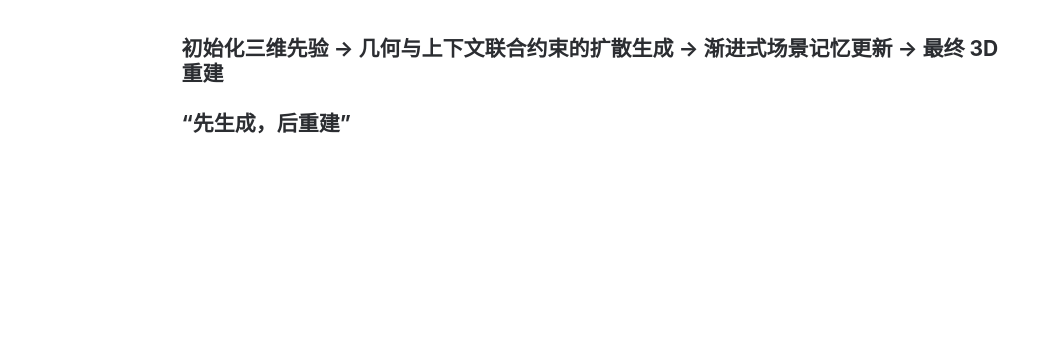
Before: GeoContext-Diff.drawio in zzcPeace/draw.io, a draw.io diagram. Source tidied: cells renumbered, new cells numbered last; positions are measured from the earlier drawing's top-left corner, leaving out a move shared by most shapes. Both pictures are drawn from the tidied source at 150%, with x=0, y=0 at pixel (178, 26).
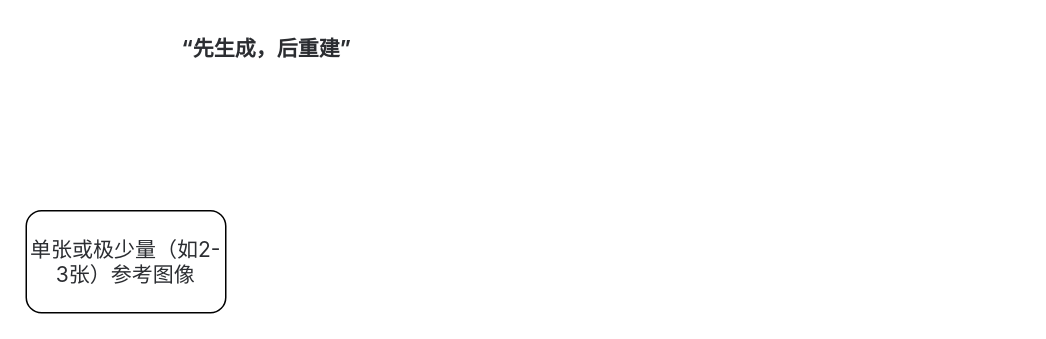
The same page after the edit.

Change to the diagram source:
```diff
@@
 <mxGraphModel>
   <root>
     <mxCell id="0" />
     <mxCell id="1" parent="0" />
-    <mxCell id="2" value="&lt;strong class=&quot;ng-star-inserted&quot; style=&quot;box-sizing: border-box; color: rgb(43, 45, 49); font-family: Inter, sans-serif; font-size: 14px; font-style: normal; font-variant-ligatures: normal; font-variant-caps: normal; letter-spacing: normal; orphans: 2; text-align: start; text-indent: 0px; text-transform: none; widows: 2; word-spacing: 0px; -webkit-text-stroke-width: 0px; white-space: normal; background-color: rgb(255, 255, 255); text-decoration-thickness: initial; text-decoration-style: initial; text-decoration-color: initial;&quot;&gt;&lt;span class=&quot;ng-star-inserted&quot; style=&quot;box-sizing: border-box;&quot;&gt;初始化三维先验 -&amp;gt; 几何与上下文联合约束的扩散生成 -&amp;gt; 渐进式场景记忆更新 -&amp;gt; 最终 3D 重建&lt;/span&gt;&lt;/strong&gt;&lt;div&gt;&lt;strong class=&quot;ng-star-inserted&quot; style=&quot;box-sizing: border-box; color: rgb(43, 45, 49); font-family: Inter, sans-serif; font-size: 14px; font-style: normal; font-variant-ligatures: normal; font-variant-caps: normal; letter-spacing: normal; orphans: 2; text-align: start; text-indent: 0px; text-transform: none; widows: 2; word-spacing: 0px; -webkit-text-stroke-width: 0px; white-space: normal; background-color: rgb(255, 255, 255); text-decoration-thickness: initial; text-decoration-style: initial; text-decoration-color: initial;&quot;&gt;&lt;span class=&quot;ng-star-inserted&quot; style=&quot;box-sizing: border-box;&quot;&gt;&lt;br&gt;&lt;/span&gt;&lt;/strong&gt;&lt;/div&gt;&lt;div&gt;&lt;font color=&quot;#2b2d31&quot; face=&quot;Inter, sans-serif&quot;&gt;&lt;span style=&quot;font-size: 14px; background-color: rgb(255, 255, 255);&quot;&gt;&lt;b&gt;“先生成，后重建”&lt;/b&gt;&lt;/span&gt;&lt;/font&gt;&lt;/div&gt;&lt;div&gt;&lt;font color=&quot;#2b2d31&quot; face=&quot;Inter, sans-serif&quot;&gt;&lt;span style=&quot;font-size: 14px; background-color: rgb(255, 255, 255);&quot;&gt;&lt;b&gt;&lt;br&gt;&lt;/b&gt;&lt;/span&gt;&lt;/font&gt;&lt;/div&gt;&lt;div&gt;&lt;font color=&quot;#2b2d31&quot; face=&quot;Inter, sans-serif&quot;&gt;&lt;span style=&quot;font-size: 14px; background-color: rgb(255, 255, 255);&quot;&gt;&lt;b&gt;&lt;br&gt;&lt;/b&gt;&lt;/span&gt;&lt;/font&gt;&lt;/div&gt;" style="text;whiteSpace=wrap;html=1;" parent="1" vertex="1">
+    <mxCell id="2" value="&lt;div&gt;&lt;b style=&quot;font-size: 14px; color: light-dark(rgb(43, 45, 49), rgb(196, 198, 201)); font-family: Inter, sans-serif;&quot;&gt;“先生成，后重建”&lt;/b&gt;&lt;/div&gt;&lt;div&gt;&lt;font color=&quot;#2b2d31&quot; face=&quot;Inter, sans-serif&quot;&gt;&lt;span style=&quot;font-size: 14px; background-color: rgb(255, 255, 255);&quot;&gt;&lt;b&gt;&lt;br&gt;&lt;/b&gt;&lt;/span&gt;&lt;/font&gt;&lt;/div&gt;&lt;div&gt;&lt;font color=&quot;#2b2d31&quot; face=&quot;Inter, sans-serif&quot;&gt;&lt;span style=&quot;font-size: 14px; background-color: rgb(255, 255, 255);&quot;&gt;&lt;b&gt;&lt;br&gt;&lt;/b&gt;&lt;/span&gt;&lt;/font&gt;&lt;/div&gt;" style="text;whiteSpace=wrap;html=1;" parent="1" vertex="1">
       <mxGeometry width="560" height="100" as="geometry" />
     </mxCell>
+    <mxCell id="3" value="&lt;span style=&quot;color: rgb(43, 45, 49); font-family: Inter, sans-serif; font-size: 14px; text-align: start; background-color: rgb(255, 255, 255);&quot;&gt;单张或极少量（如2-3张）参考图像&lt;/span&gt;" style="rounded=1;whiteSpace=wrap;html=1;" parent="1" vertex="1">
+      <mxGeometry x="-102" y="123" width="133" height="68" as="geometry" />
+    </mxCell>
   </root>
 </mxGraphModel>
```
